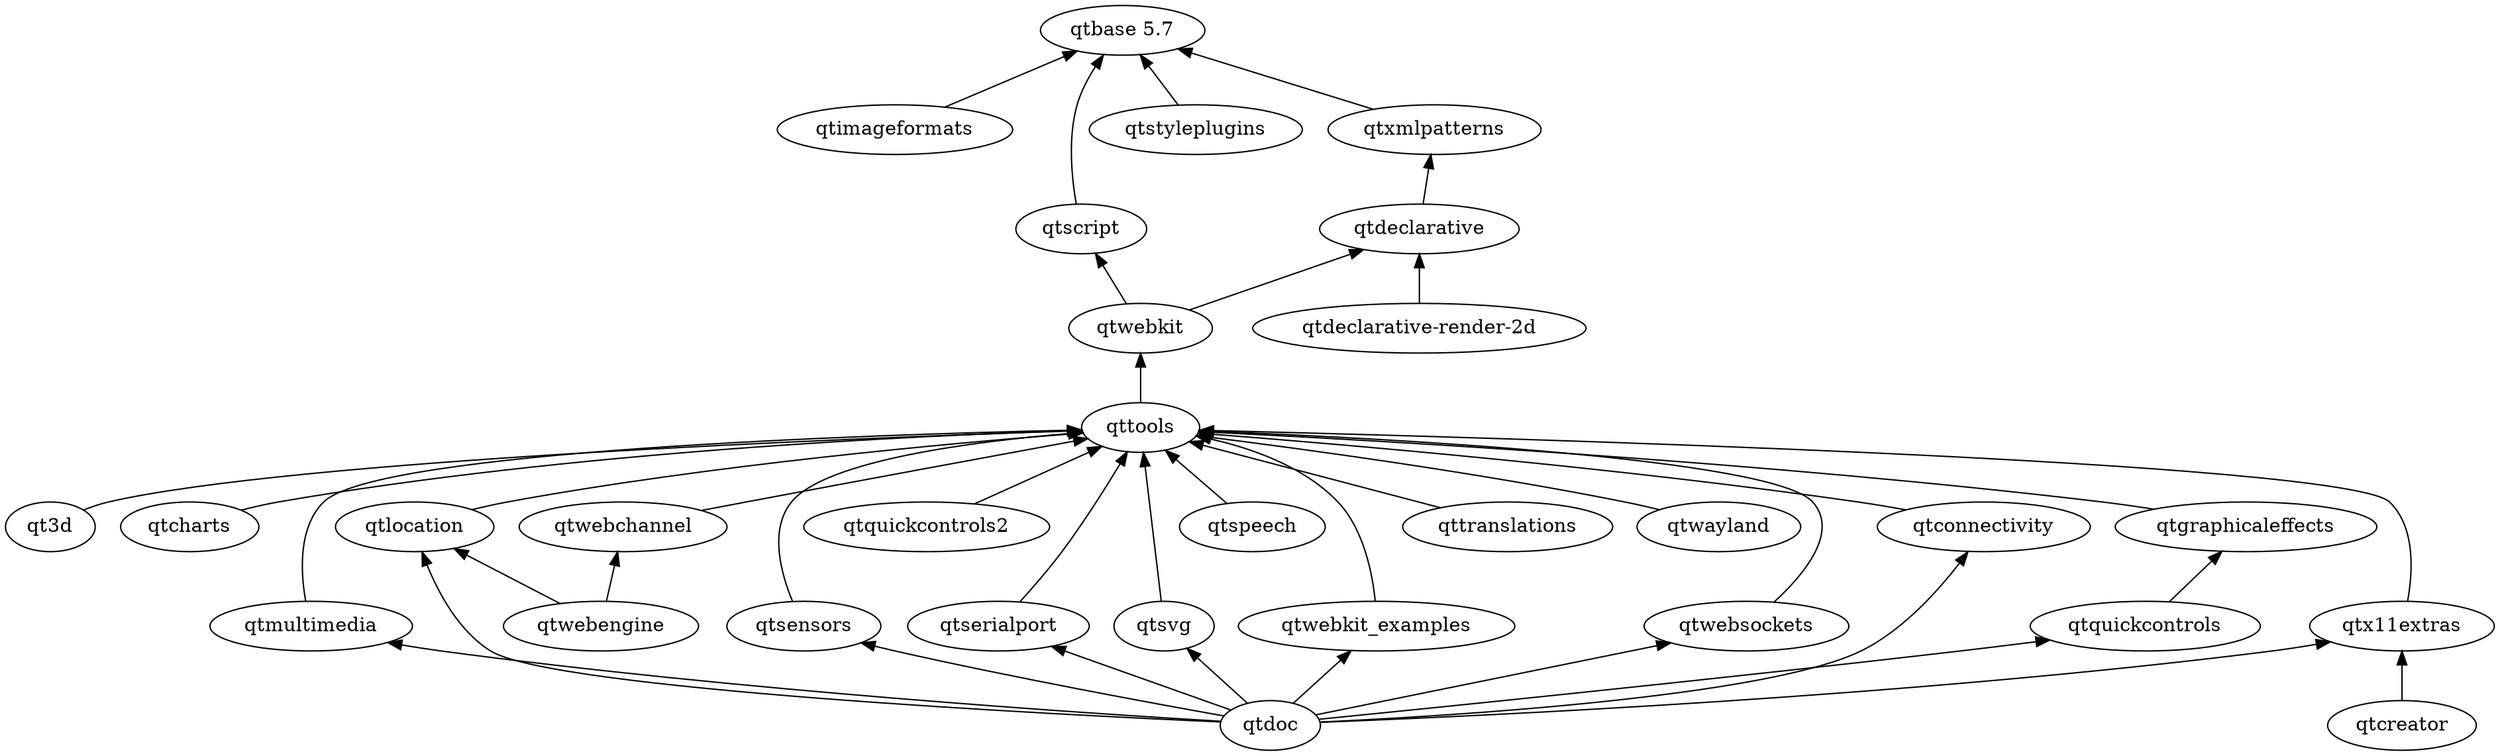
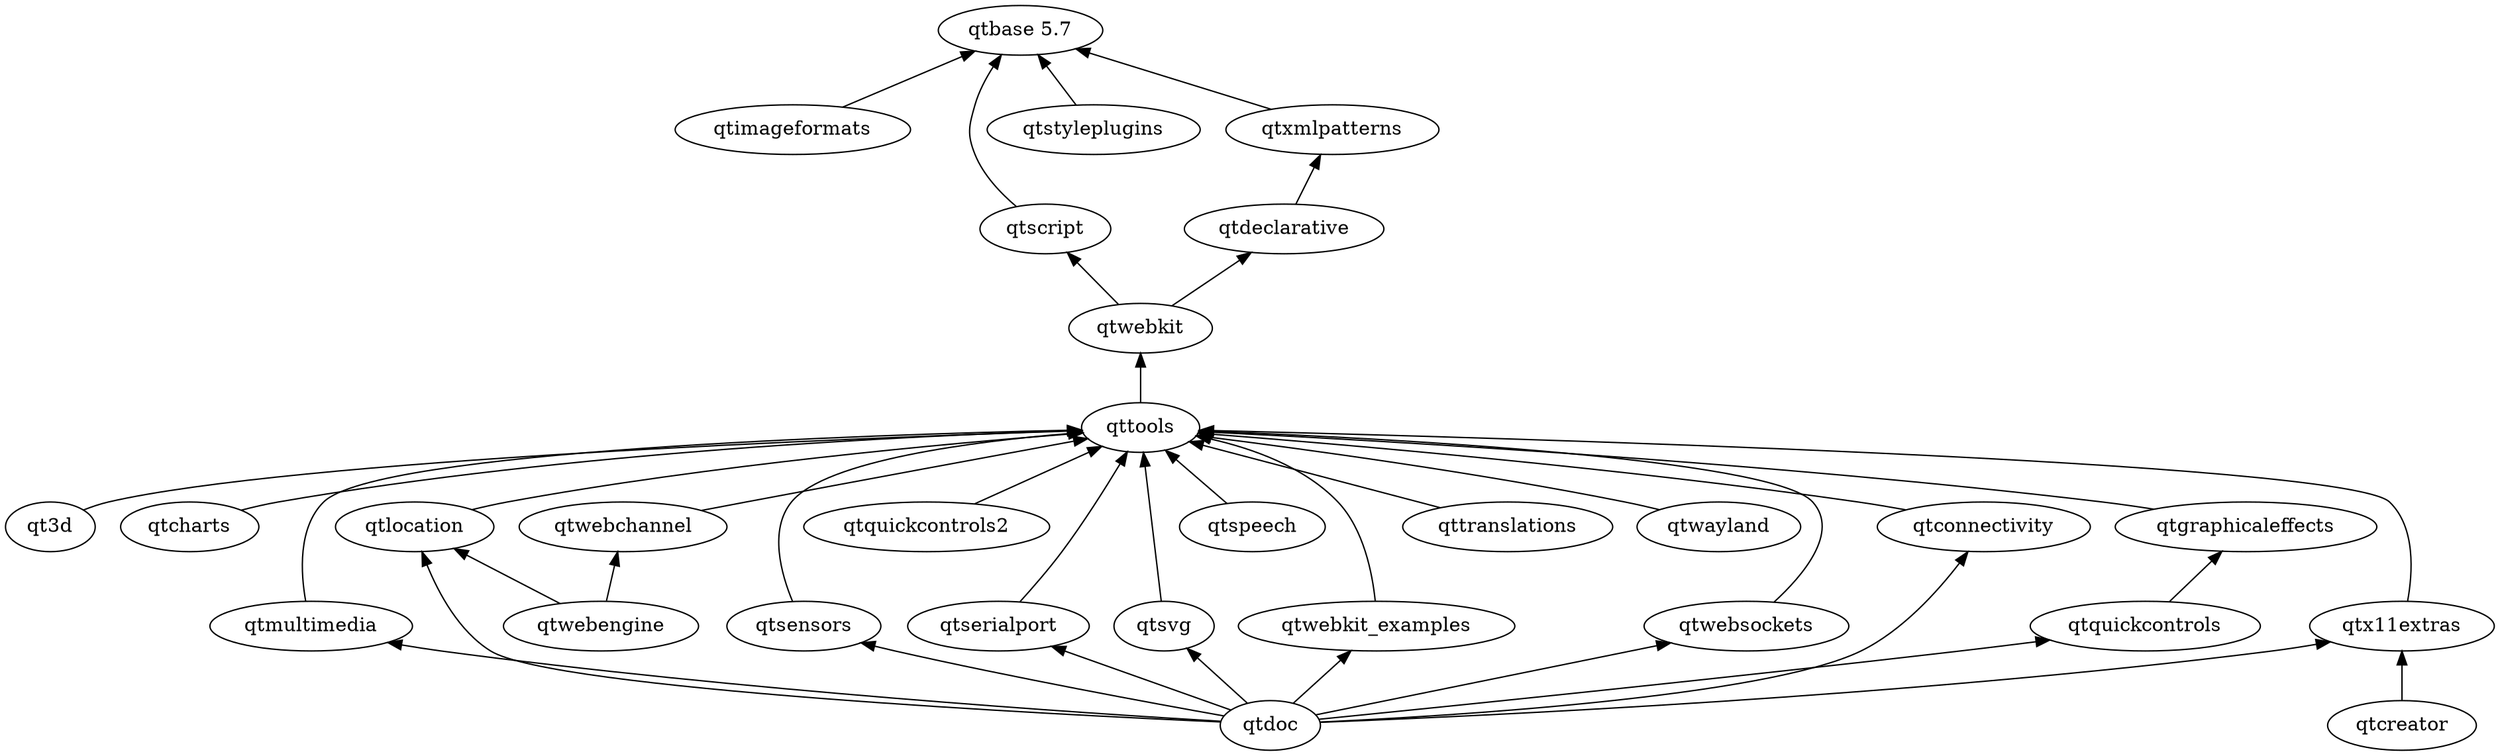
digraph qt5 {
  graph [
    rankdir = "BT"
  ]

  qt3d
  "qtbase 5.7"
  qtcharts
  qtconnectivity
  qtcreator
  qtdeclarative
-   "qtdeclarative-render-2d"
  qtdoc
  qtgraphicaleffects
  qtimageformats
  qtlocation
  qtmultimedia
  qtquickcontrols
  qtquickcontrols2
  qtscript
  qtsensors
  qtserialport
  qtspeech
  qtstyleplugins
  qtsvg
  qttools
  qttranslations
  qtwayland
  qtwebchannel
  qtwebengine
  qtwebkit
  qtwebkit_examples
  qtwebsockets
  qtx11extras
  qtxmlpatterns

  qt3d -> qttools
  qtcharts -> qttools
  qtconnectivity -> qttools
  qtcreator -> qtx11extras
  qtdeclarative -> qtxmlpatterns
-   "qtdeclarative-render-2d" -> qtdeclarative
  qtdoc -> qtconnectivity
  qtdoc -> qtlocation
  qtdoc -> qtmultimedia
  qtdoc -> qtquickcontrols
  qtdoc -> qtsensors
  qtdoc -> qtserialport
  qtdoc -> qtsvg
  qtdoc -> qtwebkit_examples
  qtdoc -> qtwebsockets
  qtdoc -> qtx11extras
  qtgraphicaleffects -> qttools
  qtimageformats -> "qtbase 5.7"
  qtlocation -> qttools
  qtmultimedia -> qttools
  qtquickcontrols -> qtgraphicaleffects
  qtquickcontrols2 -> qttools
  qtscript -> "qtbase 5.7"
  qtsensors -> qttools
  qtserialport -> qttools
  qtspeech -> qttools
  qtstyleplugins -> "qtbase 5.7"
  qtsvg -> qttools
  qttools -> qtwebkit
  qttranslations -> qttools
  qtwayland -> qttools
  qtwebchannel -> qttools
  qtwebengine -> qtlocation
  qtwebengine -> qtwebchannel
  qtwebkit -> qtdeclarative
  qtwebkit -> qtscript
  qtwebkit_examples -> qttools
  qtwebsockets -> qttools
  qtx11extras -> qttools
  qtxmlpatterns -> "qtbase 5.7"
}
